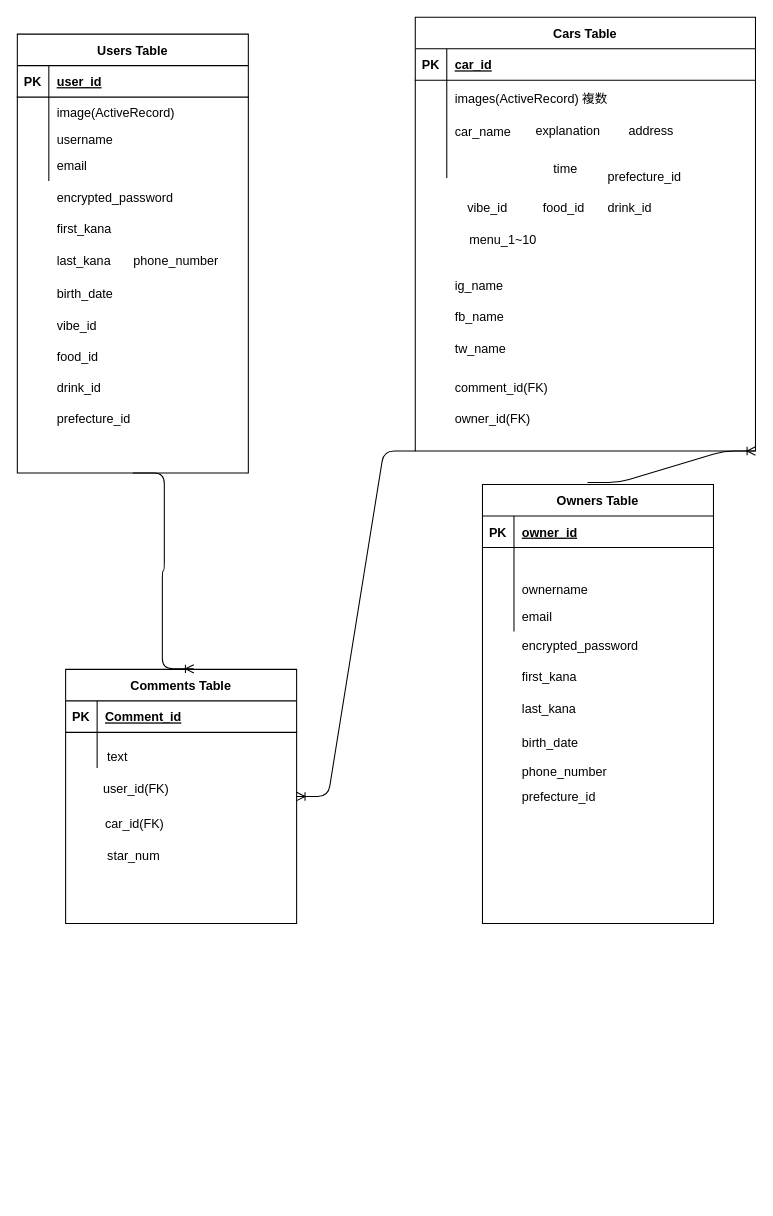
The draw.io diagram picnicar.drawio in kitsu-ne/picnicar, before the edit. Source tidied: cells renumbered, new cells numbered last; positions are measured from the earlier drawing's top-left corner, leaving out a move shared by most shapes. Both pictures are drawn from the tidied source at 105%, with x=0, y=0 at pixel (17, 17).
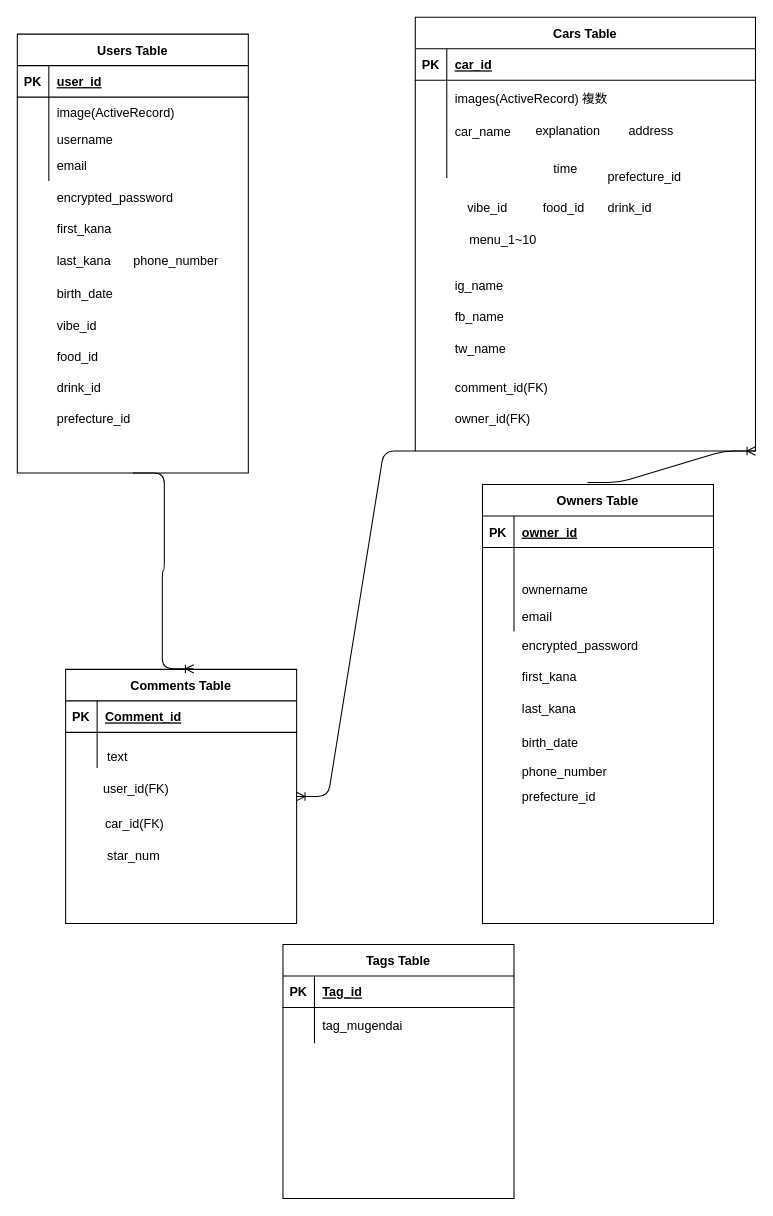
The same page after the edit.

What changed in the source:
```diff
@@
+    <mxCell id="86" value="Tags Table" style="shape=table;startSize=30;childLayout=tableLayout;rowLines=0;fontStyle=1;align=center;" parent="1" vertex="1">
+      <mxGeometry x="253" y="883" width="220" height="242" as="geometry" />
+    </mxCell>
+    <mxCell id="87" style="shape=partialRectangle;fillColor=none;top=0;left=0;bottom=1;right=0;" parent="86" vertex="1">
+      <mxGeometry y="30" width="220" height="30" as="geometry" />
+    </mxCell>
+    <mxCell id="88" value="PK" style="shape=partialRectangle;fillColor=none;top=0;left=0;bottom=0;right=0;fontStyle=1;overflow=hidden;" parent="87" vertex="1">
+      <mxGeometry width="30" height="30" as="geometry" />
+    </mxCell>
+    <mxCell id="89" value="Tag_id" style="shape=partialRectangle;fillColor=none;top=0;left=0;bottom=0;right=0;align=left;spacingLeft=6;fontStyle=5;overflow=hidden;" parent="87" vertex="1">
+      <mxGeometry x="30" width="190" height="30" as="geometry" />
+    </mxCell>
+    <mxCell id="90" style="shape=partialRectangle;fillColor=none;top=0;left=0;bottom=0;right=0;" parent="86" vertex="1">
+      <mxGeometry y="60" width="220" height="34" as="geometry" />
+    </mxCell>
+    <mxCell id="91" style="shape=partialRectangle;fillColor=none;top=0;left=0;bottom=0;right=0;overflow=hidden;" parent="90" vertex="1">
+      <mxGeometry width="30" height="34" as="geometry" />
+    </mxCell>
+    <mxCell id="92" value="tag_mugendai" style="shape=partialRectangle;fillColor=none;top=0;left=0;bottom=0;right=0;align=left;spacingLeft=6;overflow=hidden;" parent="90" vertex="1">
+      <mxGeometry x="30" width="190" height="34" as="geometry" />
+    </mxCell>
```
